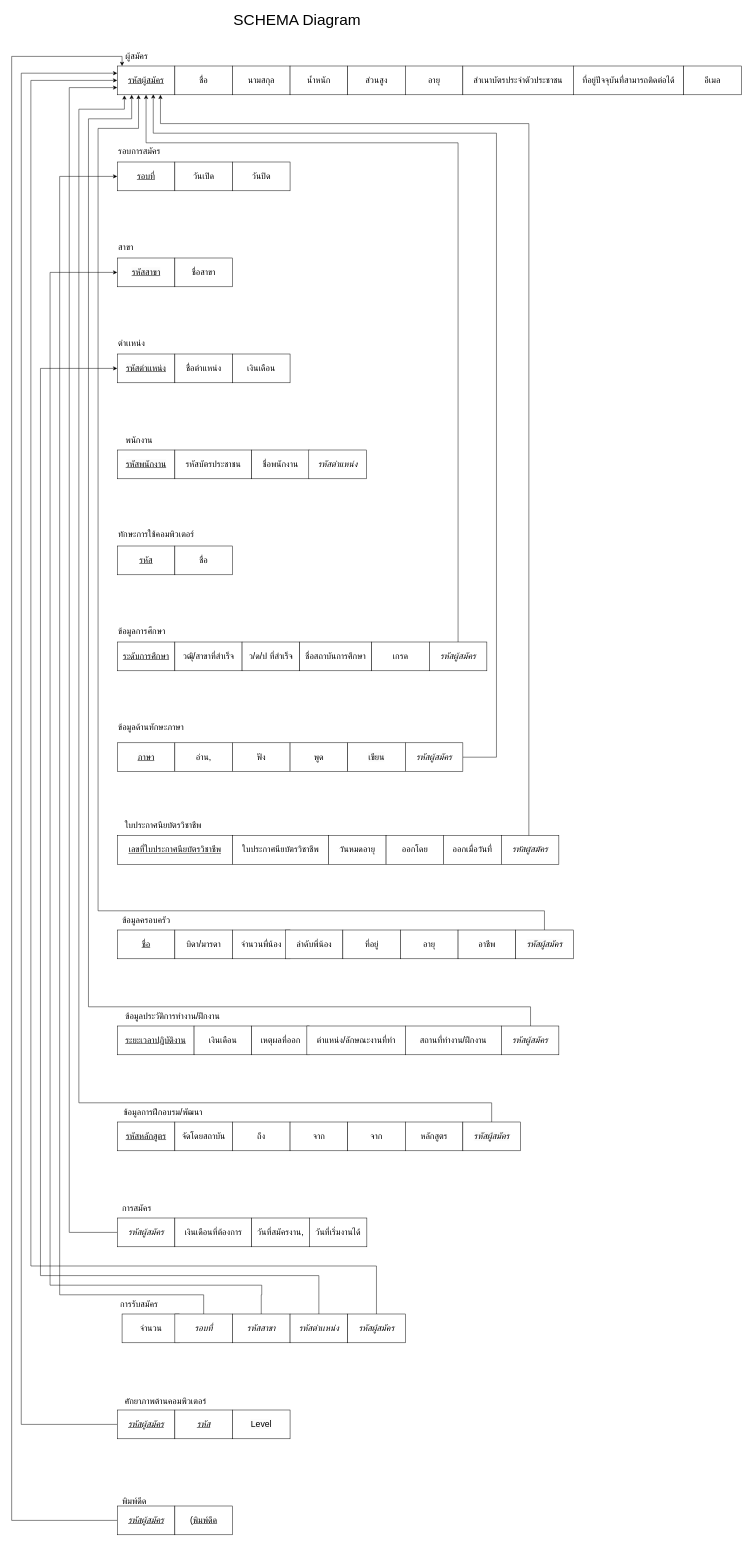
Above: page "Page-6" (6 of 6) of YZ.drawio in Exises/RandomSalt (draw.io), before the change. Source tidied: cells renumbered, new cells numbered last; positions are measured from the earlier drawing's top-left corner, leaving out a move shared by most shapes. Both pictures are drawn from the tidied source at 48%, with x=0, y=0 at pixel (12, 8).
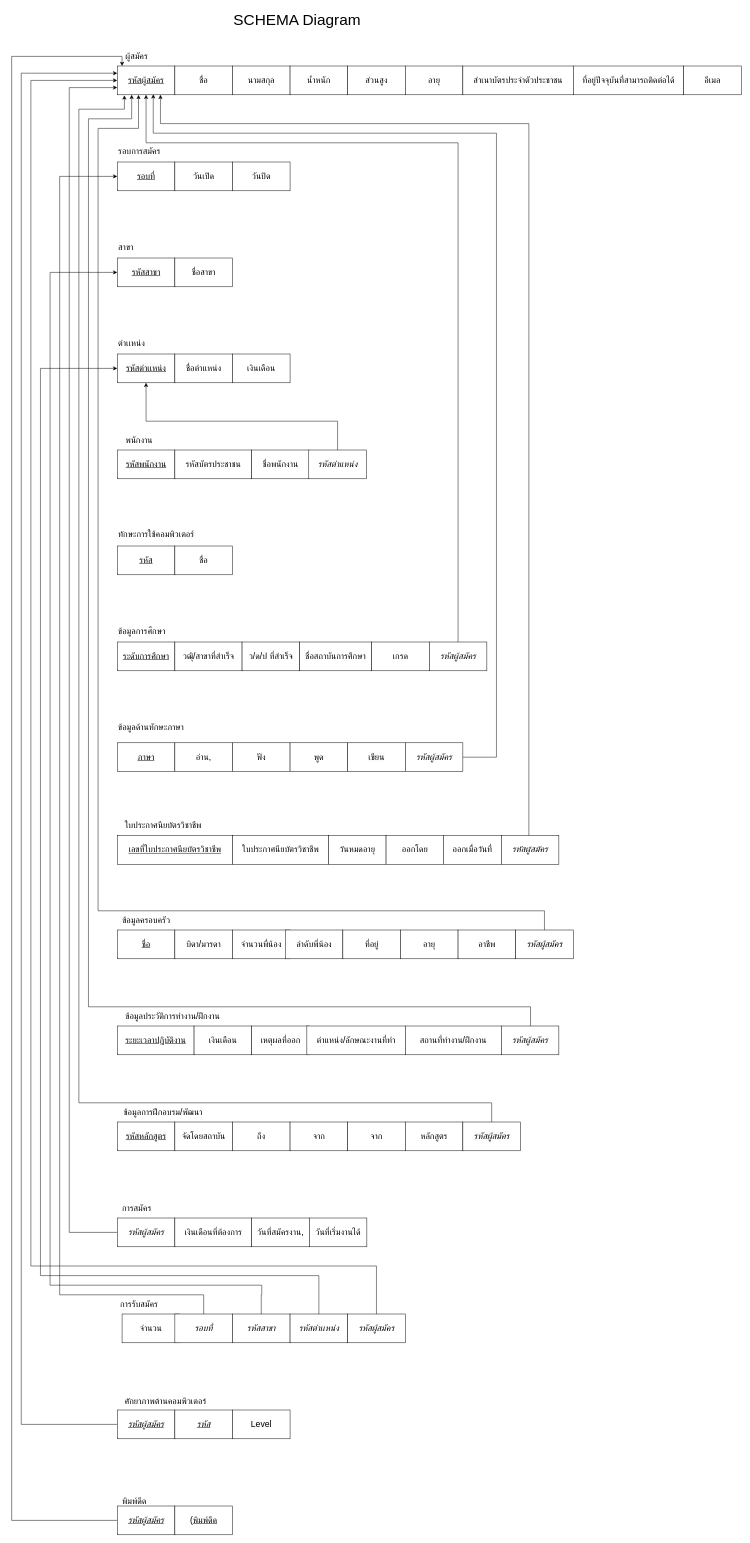
After the change.

The change refers to these unchanged cells:
```xml
<mxCell id="22" value="&lt;u style=&quot;color: rgb(0, 0, 0); text-align: left; text-wrap-mode: nowrap; font-size: 18px; background-color: rgb(251, 251, 251);&quot;&gt;รหัสตำเเหน่ง&lt;/u&gt;" style="rounded=0;whiteSpace=wrap;html=1;" parent="1" vertex="1">
  <mxGeometry x="219.8" y="720" width="120" height="60" as="geometry" />
</mxCell>
<mxCell id="29" value="&lt;i style=&quot;font-size: 18px; text-align: left;&quot;&gt;รหัสตำแหน่ง&lt;/i&gt;" style="rounded=0;whiteSpace=wrap;html=1;" parent="1" vertex="1">
  <mxGeometry x="618.8" y="920" width="120" height="60" as="geometry" />
</mxCell>
```

Diff of the diagram source:
```diff
@@
+    <mxCell id="109" style="edgeStyle=orthogonalEdgeStyle;rounded=0;jettySize=auto;html=1;entryX=0.5;entryY=1;entryDx=0;entryDy=0;" parent="1" edge="1" source="29" target="22">
+      <mxGeometry relative="1" as="geometry">
+        <Array as="points">
+          <mxPoint x="679" y="860" />
+          <mxPoint x="280" y="860" />
+        </Array>
+      </mxGeometry>
+    </mxCell>
```
